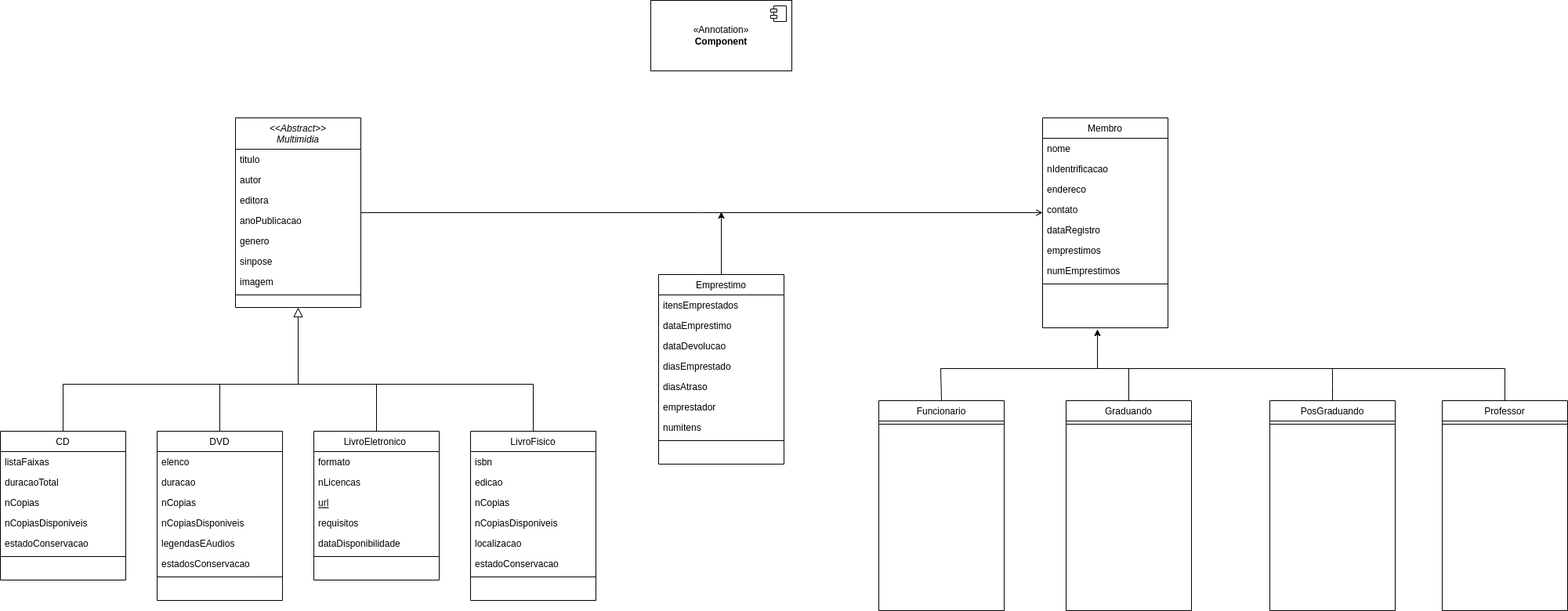
ArtKina/MC322 keeps this draw.io diagram as files/Biblioteca.drawio.png. Above is the earlier version. Source tidied: cells renumbered, new cells last; positions are measured from the earlier drawing's top-left corner, leaving out a move shared by most shapes.
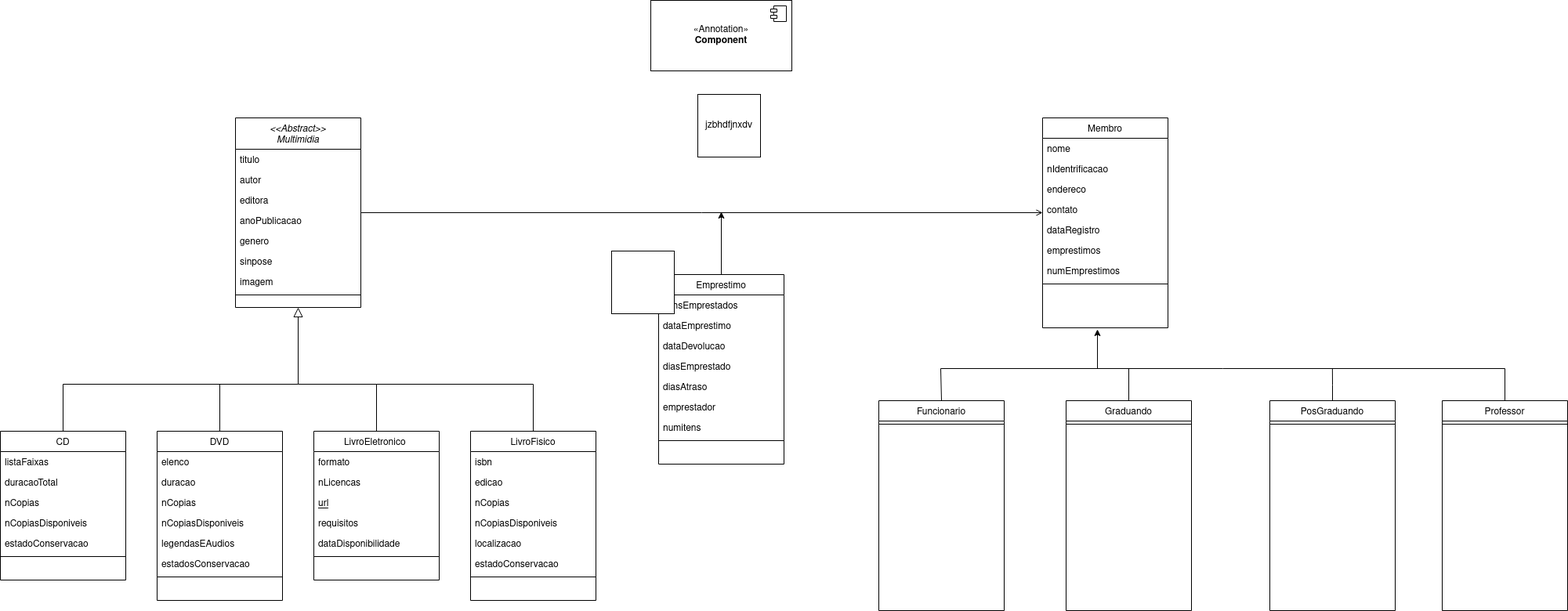
Above is the later version.

What changed in the source:
```diff
@@ -269,5 +269,11 @@
         <mxPoint x="-27" y="7" as="offset" />
       </mxGeometry>
     </mxCell>
+    <mxCell id="78" style="whiteSpace=wrap;html=1;" parent="1" vertex="1">
+      <mxGeometry x="780" y="320" width="80" height="80" as="geometry" />
+    </mxCell>
+    <mxCell id="79" value="jzbhdfjnxdv" style="whiteSpace=wrap;html=1;" parent="1" vertex="1">
+      <mxGeometry x="890" y="120" width="80" height="80" as="geometry" />
+    </mxCell>
   </root>
 </mxGraphModel>
```
